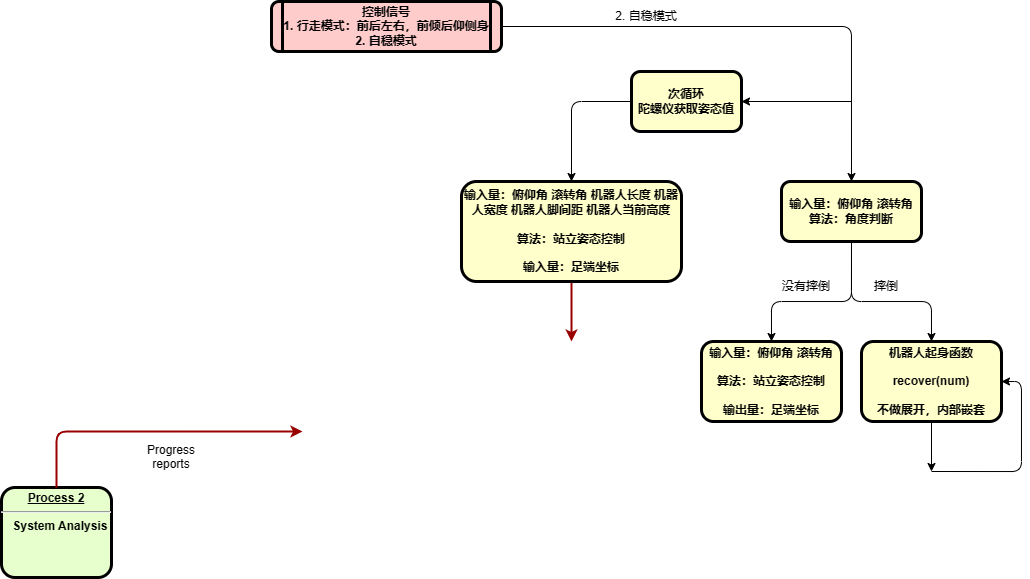
The draw.io diagram 机器人总体流程.drawio.png in KAZAMA-DREAM/picture, before a commit. Source tidied: cells renumbered, new cells last; positions are measured from the earlier drawing's top-left corner, leaving out a move shared by most shapes.
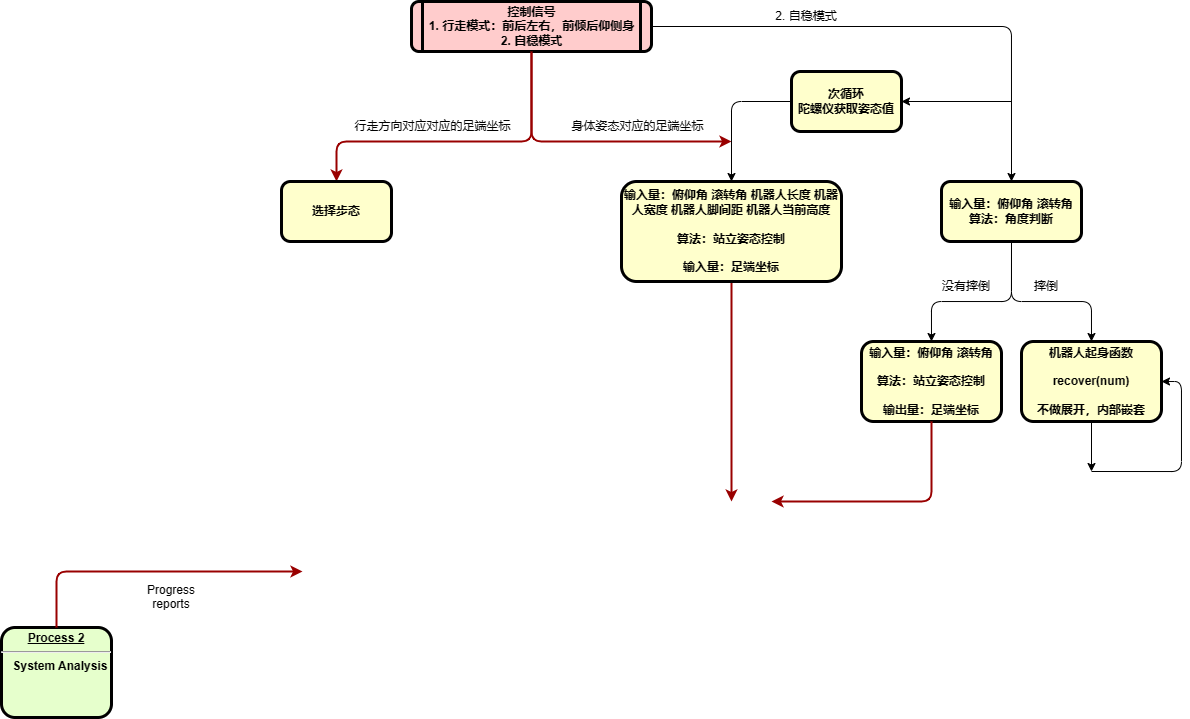
After the change.

Commit message:
更新机器人总体流程.drawio.png

What changed in the source:
```diff
@@ -5,20 +5,28 @@
     <mxCell id="2" style="edgeStyle=orthogonalEdgeStyle;rounded=1;jettySize=auto;html=1;entryX=0.5;entryY=0;entryDx=0;entryDy=0;" parent="1" edge="1" source="3" target="9">
       <mxGeometry relative="1" as="geometry" />
     </mxCell>
+    <mxCell id="22" style="edgeStyle=orthogonalEdgeStyle;rounded=1;jettySize=auto;html=1;strokeColor=#990000;strokeWidth=2;" parent="1" edge="1" source="3">
+      <mxGeometry relative="1" as="geometry">
+        <mxPoint x="570" y="140" as="targetPoint" />
+        <Array as="points">
+          <mxPoint x="370" y="140" />
+        </Array>
+      </mxGeometry>
+    </mxCell>
     <mxCell id="3" value="控制信号&#10;1. 行走模式：前后左右，前倾后仰侧身&#10;2. 自稳模式" style="shape=process;whiteSpace=wrap;align=center;verticalAlign=middle;size=0.0475;fontStyle=1;strokeWidth=3;fillColor=#FFCCCC;rounded=1;" parent="1" vertex="1">
-      <mxGeometry x="270" width="230" height="50" as="geometry" />
+      <mxGeometry x="250" width="240" height="50" as="geometry" />
     </mxCell>
     <mxCell id="4" value="&lt;p style=&quot;margin: 0px; margin-top: 4px; text-align: center; text-decoration: underline;&quot;&gt;&lt;strong&gt;Process 2&lt;br /&gt;&lt;/strong&gt;&lt;/p&gt;&lt;hr /&gt;&lt;p style=&quot;margin: 0px; margin-left: 8px;&quot;&gt;System Analysis&lt;/p&gt;" style="verticalAlign=middle;align=center;overflow=fill;fontSize=12;fontFamily=Helvetica;html=1;rounded=1;fontStyle=1;strokeWidth=3;fillColor=#E6FFCC;" parent="1" vertex="1">
-      <mxGeometry y="486" width="110" height="90" as="geometry" />
+      <mxGeometry x="-160" y="626" width="110" height="90" as="geometry" />
     </mxCell>
     <mxCell id="5" value="Progress&#10;reports" style="text;spacingTop=-5;align=center;rounded=1;" parent="1" vertex="1">
-      <mxGeometry x="155" y="440" width="30" height="20" as="geometry" />
+      <mxGeometry x="-5" y="580" width="30" height="20" as="geometry" />
     </mxCell>
     <mxCell id="6" style="edgeStyle=elbowEdgeStyle;elbow=horizontal;strokeColor=#990000;strokeWidth=2;rounded=1;" parent="1" edge="1" source="4">
       <mxGeometry relative="1" as="geometry">
-        <mxPoint x="301" y="430" as="targetPoint" />
+        <mxPoint x="141" y="570" as="targetPoint" />
         <Array as="points">
-          <mxPoint x="55" y="480" />
+          <mxPoint x="-105" y="620" />
         </Array>
       </mxGeometry>
     </mxCell>
@@ -54,7 +62,7 @@
     </mxCell>
     <mxCell id="13" style="edgeStyle=orthogonalEdgeStyle;rounded=1;jettySize=auto;html=1;strokeWidth=2;strokeColor=#990000;" parent="1" edge="1" source="14">
       <mxGeometry relative="1" as="geometry">
-        <mxPoint x="570" y="340" as="targetPoint" />
+        <mxPoint x="570" y="500" as="targetPoint" />
       </mxGeometry>
     </mxCell>
     <mxCell id="14" value="输入量：俯仰角 滚转角 机器人长度 机器人宽度 机器人脚间距 机器人当前高度&#10;&#10;算法：站立姿态控制&#10;&#10;输入量：足端坐标" style="whiteSpace=wrap;align=center;verticalAlign=middle;fontStyle=1;strokeWidth=3;fillColor=#FFFFCC;rounded=1;" parent="1" vertex="1">
@@ -94,5 +102,31 @@
         </Array>
       </mxGeometry>
     </mxCell>
+    <mxCell id="23" style="edgeStyle=orthogonalEdgeStyle;rounded=1;jettySize=auto;html=1;strokeWidth=2;strokeColor=#990000;exitX=0.5;exitY=1;exitDx=0;exitDy=0;" parent="1" edge="1" source="18">
+      <mxGeometry relative="1" as="geometry">
+        <mxPoint x="610" y="500" as="targetPoint" />
+        <Array as="points">
+          <mxPoint x="770" y="500" />
+          <mxPoint x="720" y="500" />
+        </Array>
+      </mxGeometry>
+    </mxCell>
+    <mxCell id="24" style="edgeStyle=orthogonalEdgeStyle;rounded=1;jettySize=auto;html=1;strokeColor=#990000;strokeWidth=2;exitX=0.5;exitY=1;exitDx=0;exitDy=0;entryX=0.5;entryY=0;entryDx=0;entryDy=0;" parent="1" edge="1" source="3" target="27">
+      <mxGeometry relative="1" as="geometry">
+        <Array as="points">
+          <mxPoint x="370" y="140" />
+          <mxPoint x="175" y="140" />
+        </Array>
+      </mxGeometry>
+    </mxCell>
+    <mxCell id="25" value="身体姿态对应的足端坐标" style="text;html=1;strokeColor=none;fillColor=none;align=center;verticalAlign=middle;whiteSpace=wrap;rounded=0;" parent="1" vertex="1">
+      <mxGeometry x="400" y="110" width="153" height="30" as="geometry" />
+    </mxCell>
+    <mxCell id="26" value="行走方向对应对应的足端坐标" style="text;html=1;strokeColor=none;fillColor=none;align=center;verticalAlign=middle;whiteSpace=wrap;rounded=0;" parent="1" vertex="1">
+      <mxGeometry x="190" y="110" width="163" height="30" as="geometry" />
+    </mxCell>
+    <mxCell id="27" value="选择步态" style="whiteSpace=wrap;align=center;verticalAlign=middle;fontStyle=1;strokeWidth=3;fillColor=#FFFFCC;rounded=1;" parent="1" vertex="1">
+      <mxGeometry x="120" y="180" width="110" height="60" as="geometry" />
+    </mxCell>
   </root>
 </mxGraphModel>
```
